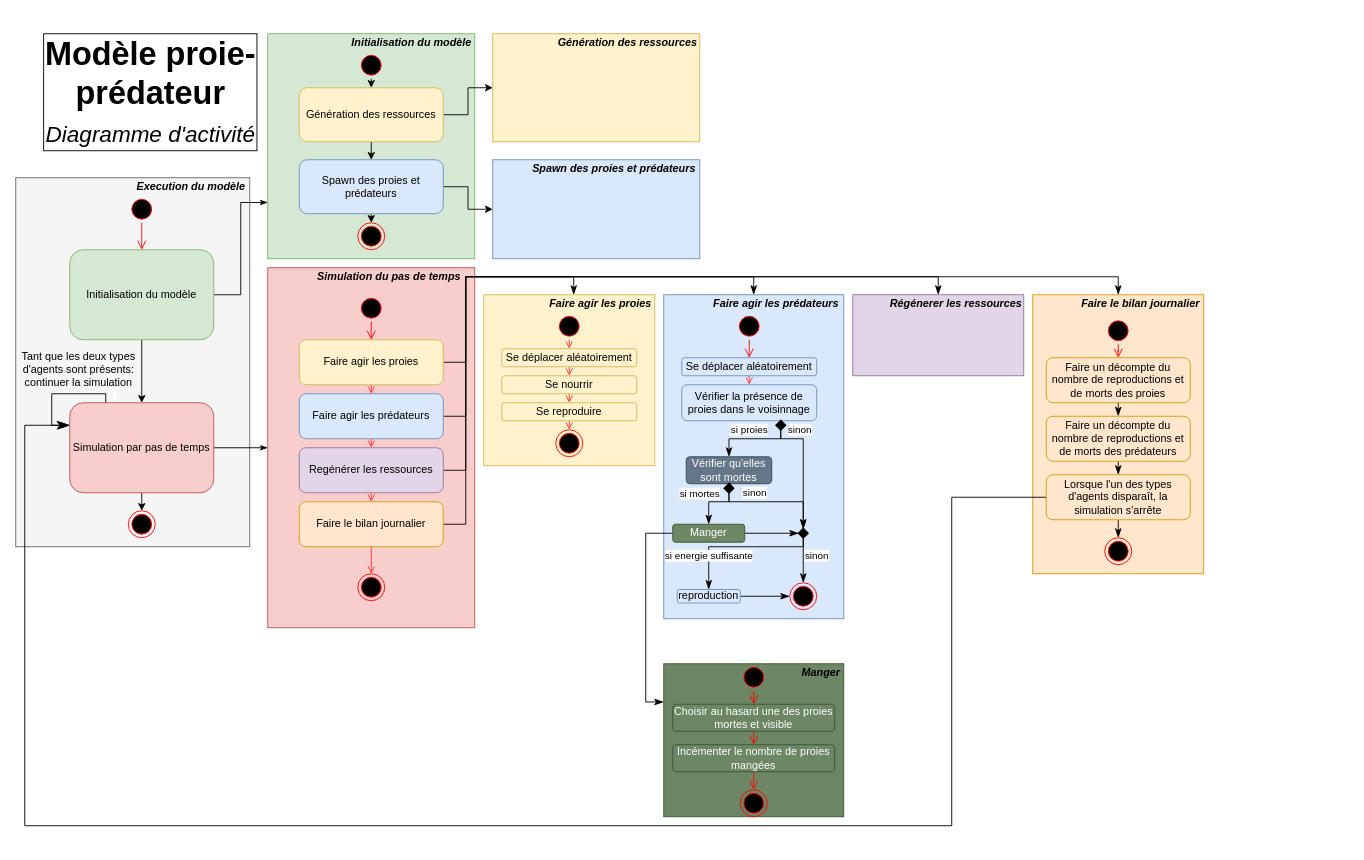
Earlier version of the draw.io diagram page "Diagramme d'activité" (2 of 3) of class_diagram.drawio (pierre-manchon/MAS_Vultures_population_modelisation). Source tidied: cells renumbered, new cells numbered last; positions are measured from the earlier drawing's top-left corner, leaving out a move shared by most shapes. Both pictures are drawn from the tidied source at 90%, with x=0, y=0 at pixel (15, 15).
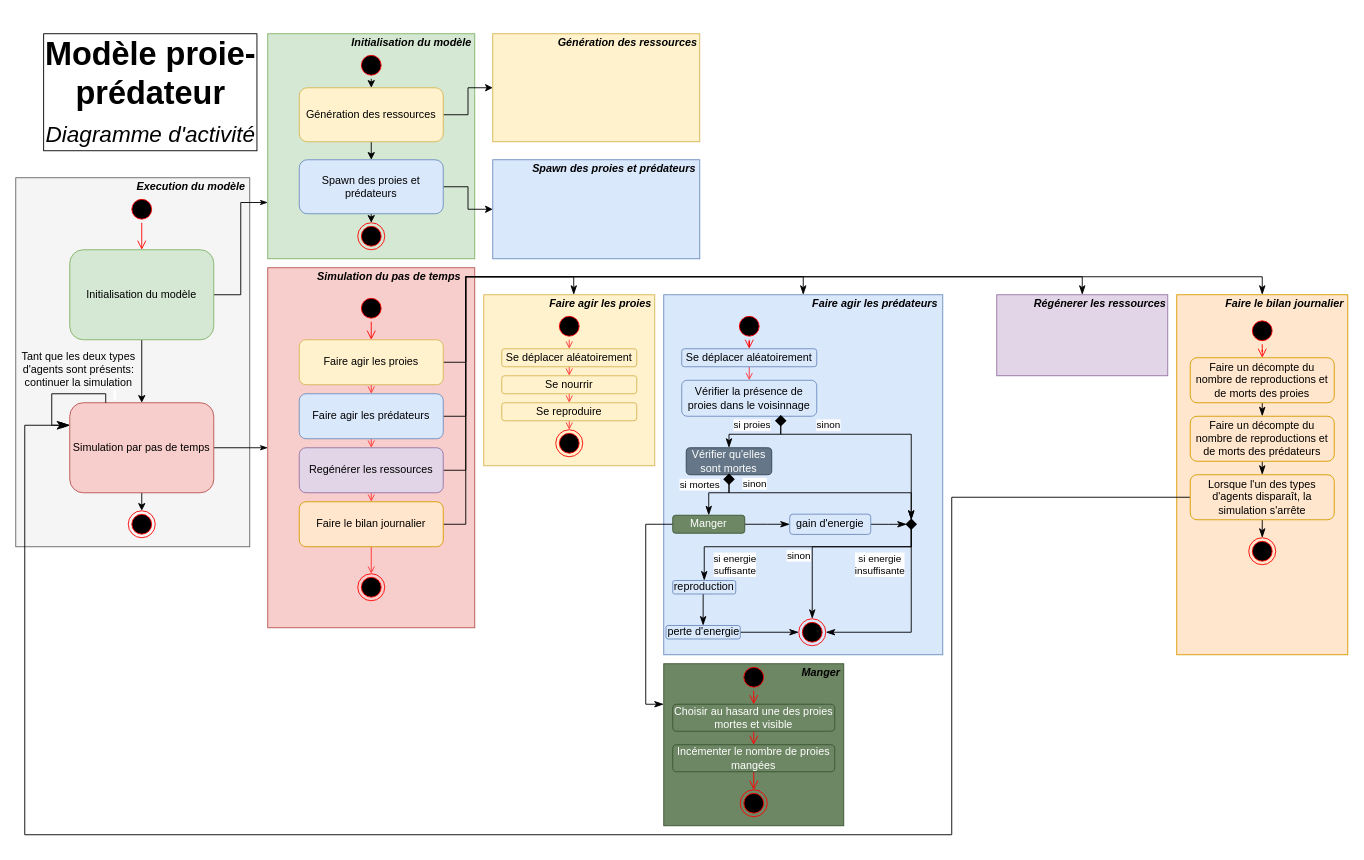
Above is the later version.

The change refers to these unchanged cells:
```xml
<mxCell id="16" value="Simulation par pas de temps" style="rounded=1;whiteSpace=wrap;html=1;fillColor=#f8cecc;strokeColor=#b85450;" parent="1" vertex="1">
  <mxGeometry x="60" y="430" width="160" height="100" as="geometry" />
</mxCell>
<mxCell id="27" value="Faire agir les prédateurs" style="rounded=1;whiteSpace=wrap;html=1;fillColor=#dae8fc;strokeColor=#6c8ebf;" parent="1" vertex="1">
  <mxGeometry x="315" y="420" width="160" height="50" as="geometry" />
</mxCell>
<mxCell id="30" value="Regénérer les ressources" style="rounded=1;whiteSpace=wrap;html=1;fillColor=#e1d5e7;strokeColor=#9673a6;" parent="1" vertex="1">
  <mxGeometry x="315" y="480" width="160" height="50" as="geometry" />
</mxCell>
<mxCell id="33" value="Faire le bilan journalier" style="rounded=1;whiteSpace=wrap;html=1;fillColor=#ffe6cc;strokeColor=#d79b00;" parent="1" vertex="1">
  <mxGeometry x="315" y="540" width="160" height="50" as="geometry" />
</mxCell>
<mxCell id="60" style="ellipse;html=1;shape=startState;fillColor=#000000;strokeColor=#ff0000;" parent="1" vertex="1">
  <mxGeometry x="800" y="330" width="30" height="30" as="geometry" />
</mxCell>
```

The edit, as a diff of the source:
```diff
@@
     <mxCell id="2" style="rounded=0;whiteSpace=wrap;html=1;fillColor=#ffe6cc;strokeColor=#d79b00;" parent="1" vertex="1">
-      <mxGeometry x="1130" y="310" width="190" height="310" as="geometry" />
+      <mxGeometry x="1290" y="310" width="190" height="400" as="geometry" />
     </mxCell>
     <mxCell id="3" style="rounded=0;whiteSpace=wrap;html=1;fillColor=#e1d5e7;strokeColor=#9673a6;" parent="1" vertex="1">
-      <mxGeometry x="930" y="310" width="190" height="90" as="geometry" />
+      <mxGeometry x="1090" y="310" width="190" height="90" as="geometry" />
     </mxCell>
     <mxCell id="4" style="rounded=0;whiteSpace=wrap;html=1;fillColor=#dae8fc;strokeColor=#6c8ebf;" parent="1" vertex="1">
-      <mxGeometry x="720" y="310" width="200" height="360" as="geometry" />
+      <mxGeometry x="720" y="310" width="310" height="400" as="geometry" />
     </mxCell>
@@
     <mxCell id="26" style="edgeStyle=orthogonalEdgeStyle;rounded=0;sketch=0;jumpSize=4;jettySize=auto;html=1;exitX=1;exitY=0.5;exitDx=0;exitDy=0;entryX=0.5;entryY=0;entryDx=0;entryDy=0;shadow=0;startArrow=none;startFill=0;startSize=14;endArrow=classicThin;endFill=1;endSize=8;strokeColor=#000000;fontSize=36;" parent="1" edge="1" source="27" target="4">
       <mxGeometry relative="1" as="geometry">
         <Array as="points">
           <mxPoint x="500" y="445" />
           <mxPoint x="500" y="290" />
-          <mxPoint x="820" y="290" />
+          <mxPoint x="875" y="290" />
         </Array>
       </mxGeometry>
     </mxCell>
@@
     <mxCell id="29" style="edgeStyle=orthogonalEdgeStyle;rounded=0;sketch=0;jumpSize=4;jettySize=auto;html=1;exitX=1;exitY=0.5;exitDx=0;exitDy=0;entryX=0.5;entryY=0;entryDx=0;entryDy=0;shadow=0;startArrow=none;startFill=0;startSize=14;endArrow=classicThin;endFill=1;endSize=8;strokeColor=#000000;fontSize=36;" parent="1" edge="1" source="30" target="3">
       <mxGeometry relative="1" as="geometry">
         <Array as="points">
           <mxPoint x="500" y="505" />
           <mxPoint x="500" y="290" />
-          <mxPoint x="1025" y="290" />
+          <mxPoint x="1185" y="290" />
         </Array>
       </mxGeometry>
     </mxCell>
@@
     <mxCell id="32" style="edgeStyle=orthogonalEdgeStyle;rounded=0;sketch=0;jumpSize=4;jettySize=auto;html=1;exitX=1;exitY=0.5;exitDx=0;exitDy=0;entryX=0.5;entryY=0;entryDx=0;entryDy=0;shadow=0;startArrow=none;startFill=0;startSize=14;endArrow=classicThin;endFill=1;endSize=8;strokeColor=#000000;fontSize=36;" parent="1" edge="1" source="33" target="2">
       <mxGeometry relative="1" as="geometry">
         <Array as="points">
           <mxPoint x="500" y="565" />
           <mxPoint x="500" y="290" />
-          <mxPoint x="1225" y="290" />
+          <mxPoint x="1385" y="290" />
         </Array>
       </mxGeometry>
     </mxCell>
@@
     <mxCell id="57" value="Faire le bilan journalier" style="text;html=1;strokeColor=none;fillColor=none;align=center;verticalAlign=middle;whiteSpace=wrap;rounded=0;fontStyle=3;" parent="1" vertex="1">
-      <mxGeometry x="1180" y="310" width="140" height="20" as="geometry" />
+      <mxGeometry x="1340" y="310" width="140" height="20" as="geometry" />
     </mxCell>
     <mxCell id="58" value="Régénerer les ressources" style="text;html=1;strokeColor=none;fillColor=none;align=center;verticalAlign=middle;whiteSpace=wrap;rounded=0;fontStyle=3;" parent="1" vertex="1">
-      <mxGeometry x="970" y="310" width="150" height="20" as="geometry" />
+      <mxGeometry x="1130" y="310" width="150" height="20" as="geometry" />
     </mxCell>
     <mxCell id="59" value="Faire agir les prédateurs" style="text;html=1;strokeColor=none;fillColor=none;align=center;verticalAlign=middle;whiteSpace=wrap;rounded=0;fontStyle=3;" parent="1" vertex="1">
-      <mxGeometry x="770" y="310" width="150" height="20" as="geometry" />
+      <mxGeometry x="880" y="310" width="150" height="20" as="geometry" />
     </mxCell>
@@
-    <mxCell id="61" style="edgeStyle=orthogonalEdgeStyle;html=1;verticalAlign=bottom;endArrow=open;endSize=8;strokeColor=#ff0000;" parent="1" edge="1" source="60">
-      <mxGeometry x="-140" y="130" as="geometry">
-        <mxPoint x="815" y="380" as="targetPoint" />
-      </mxGeometry>
+    <mxCell id="61" style="edgeStyle=orthogonalEdgeStyle;html=1;verticalAlign=bottom;endArrow=open;endSize=8;strokeColor=#ff0000;entryX=0.5;entryY=0;entryDx=0;entryDy=0;" parent="1" edge="1" source="60" target="63">
+      <mxGeometry x="-140" y="130" as="geometry" />
     </mxCell>
@@
     <mxCell id="63" value="Se déplacer aléatoirement" style="rounded=1;whiteSpace=wrap;html=1;fillColor=#dae8fc;strokeColor=#6c8ebf;" parent="1" vertex="1">
-      <mxGeometry x="740" y="380" width="150" height="20" as="geometry" />
+      <mxGeometry x="740" y="370" width="150" height="20" as="geometry" />
     </mxCell>
@@
     <mxCell id="67" value="Vérifier la présence de proies dans le voisinnage" style="rounded=1;whiteSpace=wrap;html=1;fillColor=#dae8fc;strokeColor=#6c8ebf;" parent="1" vertex="1">
-      <mxGeometry x="740" y="410" width="150" height="40" as="geometry" />
+      <mxGeometry x="740" y="405" width="150" height="40" as="geometry" />
     </mxCell>
     <mxCell id="68" style="ellipse;html=1;shape=endState;fillColor=#000000;strokeColor=#ff0000;" parent="1" vertex="1">
-      <mxGeometry x="860" y="630" width="30" height="30" as="geometry" />
+      <mxGeometry x="870" y="670" width="30" height="30" as="geometry" />
     </mxCell>
@@
     <mxCell id="70" value="sinon" style="endArrow=classicThin;html=1;endSize=8;startArrow=none;startSize=14;startFill=0;edgeStyle=orthogonalEdgeStyle;strokeColor=#000000;exitX=0.5;exitY=1;exitDx=0;exitDy=0;rounded=0;endFill=1;entryX=0.5;entryY=0;entryDx=0;entryDy=0;entryPerimeter=0;" parent="1" edge="1" target="81">
       <mxGeometry x="-0.44" y="10" relative="1" as="geometry">
-        <mxPoint x="850" y="450" as="sourcePoint" />
+        <mxPoint x="850" y="445" as="sourcePoint" />
         <Array as="points">
-          <mxPoint x="850" y="470" />
-          <mxPoint x="875" y="470" />
+          <mxPoint x="850" y="465" />
+          <mxPoint x="995" y="465" />
         </Array>
       </mxGeometry>
     </mxCell>
     <mxCell id="71" value="si proies" style="endArrow=classicThin;html=1;endSize=8;startArrow=none;startSize=14;startFill=0;edgeStyle=orthogonalEdgeStyle;strokeColor=#000000;exitX=0.5;exitY=1;exitDx=0;exitDy=0;rounded=0;entryX=0.5;entryY=0;entryDx=0;entryDy=0;sketch=0;shadow=0;endFill=1;" parent="1" edge="1" target="72">
       <mxGeometry x="0.13" y="-10" relative="1" as="geometry">
-        <mxPoint x="850" y="450" as="sourcePoint" />
+        <mxPoint x="850" y="445" as="sourcePoint" />
         <Array as="points">
-          <mxPoint x="850" y="470" />
-          <mxPoint x="793" y="470" />
-          <mxPoint x="793" y="490" />
+          <mxPoint x="850" y="465" />
+          <mxPoint x="793" y="465" />
+          <mxPoint x="793" y="480" />
         </Array>
       </mxGeometry>
     </mxCell>
     <mxCell id="72" value="Vérifier qu'elles sont mortes" style="rounded=1;whiteSpace=wrap;html=1;fillColor=#647687;strokeColor=#314354;fontColor=#ffffff;" parent="1" vertex="1">
-      <mxGeometry x="745" y="490" width="95" height="30" as="geometry" />
+      <mxGeometry x="745" y="480" width="95" height="30" as="geometry" />
     </mxCell>
-    <mxCell id="73" style="edgeStyle=orthogonalEdgeStyle;rounded=0;sketch=0;jumpSize=4;jettySize=auto;html=1;exitX=1;exitY=0.5;exitDx=0;exitDy=0;entryX=0;entryY=0.5;entryDx=0;entryDy=0;shadow=0;startArrow=none;startFill=0;startSize=14;endArrow=classicThin;endFill=1;endSize=8;strokeColor=#000000;fontSize=36;entryPerimeter=0;" parent="1" edge="1" source="75" target="81">
-      <mxGeometry relative="1" as="geometry" />
-    </mxCell>
     <mxCell id="74" style="edgeStyle=orthogonalEdgeStyle;rounded=0;sketch=0;jumpSize=4;jettySize=auto;html=1;exitX=0;exitY=0.5;exitDx=0;exitDy=0;entryX=0;entryY=0.25;entryDx=0;entryDy=0;shadow=0;startArrow=none;startFill=0;startSize=14;endArrow=classicThin;endFill=1;endSize=8;strokeColor=#000000;fontSize=36;" parent="1" edge="1" source="75" target="85">
       <mxGeometry relative="1" as="geometry">
         <Array as="points">
-          <mxPoint x="700" y="575" />
-          <mxPoint x="700" y="763" />
+          <mxPoint x="700" y="565" />
+          <mxPoint x="700" y="765" />
         </Array>
       </mxGeometry>
     </mxCell>
+    <mxCell id="105" style="edgeStyle=orthogonalEdgeStyle;rounded=0;sketch=0;jumpSize=4;jettySize=auto;html=1;exitX=1;exitY=0.5;exitDx=0;exitDy=0;entryX=0;entryY=0.5;entryDx=0;entryDy=0;shadow=0;startArrow=none;startFill=0;startSize=14;endArrow=classicThin;endFill=1;endSize=8;strokeColor=#000000;fontSize=12;" parent="1" edge="1" source="75" target="110">
+      <mxGeometry relative="1" as="geometry" />
+    </mxCell>
     <mxCell id="75" value="Manger" style="rounded=1;whiteSpace=wrap;html=1;fillColor=#6d8764;strokeColor=#3A5431;fontColor=#ffffff;" parent="1" vertex="1">
-      <mxGeometry x="730" y="565" width="80" height="20" as="geometry" />
+      <mxGeometry x="730" y="555" width="80" height="20" as="geometry" />
     </mxCell>
     <mxCell id="76" value="si mortes" style="endArrow=classicThin;html=1;endSize=8;startArrow=none;startSize=14;startFill=0;edgeStyle=orthogonalEdgeStyle;strokeColor=#000000;rounded=0;sketch=0;shadow=0;endFill=1;exitX=0.5;exitY=1;exitDx=0;exitDy=0;entryX=0.5;entryY=0;entryDx=0;entryDy=0;" parent="1" edge="1" source="72" target="75">
       <mxGeometry x="0.26" y="-14" relative="1" as="geometry">
         <Array as="points">
-          <mxPoint x="792" y="540" />
-          <mxPoint x="770" y="540" />
+          <mxPoint x="793" y="530" />
+          <mxPoint x="770" y="530" />
         </Array>
         <mxPoint x="4" y="-10" as="offset" />
       </mxGeometry>
     </mxCell>
     <mxCell id="77" value="sinon" style="endArrow=classicThin;html=1;endSize=8;startArrow=none;startSize=14;startFill=0;edgeStyle=orthogonalEdgeStyle;strokeColor=#000000;exitX=0.5;exitY=1;exitDx=0;exitDy=0;rounded=0;endFill=1;entryX=0.5;entryY=0;entryDx=0;entryDy=0;entryPerimeter=0;" parent="1" edge="1" source="72" target="81">
-      <mxGeometry x="-0.28" y="10" relative="1" as="geometry">
+      <mxGeometry x="-0.62" y="10" relative="1" as="geometry">
         <Array as="points">
-          <mxPoint x="793" y="540" />
-          <mxPoint x="875" y="540" />
+          <mxPoint x="793" y="530" />
+          <mxPoint x="995" y="530" />
         </Array>
       </mxGeometry>
     </mxCell>
     <mxCell id="78" style="strokeWidth=2;html=1;shape=mxgraph.flowchart.decision;whiteSpace=wrap;labelBackgroundColor=none;fontSize=36;fillColor=#000000;" parent="1" vertex="1">
-      <mxGeometry x="787.5" y="520" width="10" height="10" as="geometry" />
+      <mxGeometry x="787.5" y="510" width="10" height="10" as="geometry" />
     </mxCell>
     <mxCell id="79" style="strokeWidth=2;html=1;shape=mxgraph.flowchart.decision;whiteSpace=wrap;labelBackgroundColor=none;fontSize=36;fillColor=#000000;" parent="1" vertex="1">
-      <mxGeometry x="845" y="450" width="10" height="10" as="geometry" />
+      <mxGeometry x="845" y="445" width="10" height="10" as="geometry" />
     </mxCell>
     <mxCell id="80" value="sinon" style="endArrow=classicThin;html=1;endSize=8;startArrow=none;startSize=14;startFill=0;edgeStyle=orthogonalEdgeStyle;strokeColor=#000000;rounded=0;sketch=0;shadow=0;endFill=1;exitX=0.5;exitY=1;exitDx=0;exitDy=0;exitPerimeter=0;entryX=0.5;entryY=0;entryDx=0;entryDy=0;" parent="1" edge="1" source="81" target="68">
-      <mxGeometry x="-0.2" y="15" relative="1" as="geometry" />
+      <mxGeometry x="0.33" y="-15" relative="1" as="geometry">
+        <Array as="points">
+          <mxPoint x="995" y="590" />
+          <mxPoint x="885" y="590" />
+        </Array>
+      </mxGeometry>
     </mxCell>
     <mxCell id="81" style="strokeWidth=2;html=1;shape=mxgraph.flowchart.decision;whiteSpace=wrap;labelBackgroundColor=none;fontSize=36;fillColor=#000000;" parent="1" vertex="1">
-      <mxGeometry x="870" y="570" width="10" height="10" as="geometry" />
+      <mxGeometry x="990" y="560" width="10" height="10" as="geometry" />
     </mxCell>
-    <mxCell id="82" style="edgeStyle=orthogonalEdgeStyle;rounded=0;sketch=0;jumpSize=4;jettySize=auto;html=1;exitX=1;exitY=0.5;exitDx=0;exitDy=0;entryX=0;entryY=0.5;entryDx=0;entryDy=0;shadow=0;startArrow=none;startFill=0;startSize=14;endArrow=classicThin;endFill=1;endSize=8;strokeColor=#000000;fontSize=36;" parent="1" edge="1" source="83" target="68">
-      <mxGeometry relative="1" as="geometry" />
-    </mxCell>
-    <mxCell id="83" value="reproduction" style="rounded=1;whiteSpace=wrap;html=1;fillColor=#dae8fc;strokeColor=#6c8ebf;" parent="1" vertex="1">
-      <mxGeometry x="735" y="637.5" width="70" height="15" as="geometry" />
-    </mxCell>
-    <mxCell id="84" value="si energie suffisante" style="endArrow=classicThin;html=1;endSize=8;startArrow=none;startSize=14;startFill=0;edgeStyle=orthogonalEdgeStyle;strokeColor=#000000;rounded=0;sketch=0;shadow=0;endFill=1;exitX=0.5;exitY=1;exitDx=0;exitDy=0;exitPerimeter=0;entryX=0.5;entryY=0;entryDx=0;entryDy=0;" parent="1" edge="1" source="81" target="83">
-      <mxGeometry x="0.54" relative="1" as="geometry">
+    <mxCell id="84" value="si energie&lt;br&gt;suffisante" style="endArrow=classicThin;html=1;endSize=8;startArrow=none;startSize=14;startFill=0;edgeStyle=orthogonalEdgeStyle;strokeColor=#000000;rounded=0;sketch=0;shadow=0;endFill=1;exitX=0.5;exitY=1;exitDx=0;exitDy=0;exitPerimeter=0;entryX=0.5;entryY=0;entryDx=0;entryDy=0;" parent="1" edge="1" source="81" target="83">
+      <mxGeometry x="0.5" y="20" relative="1" as="geometry">
         <Array as="points">
-          <mxPoint x="875" y="590" />
-          <mxPoint x="770" y="590" />
-          <mxPoint x="770" y="638" />
+          <mxPoint x="995" y="590" />
+          <mxPoint x="765" y="590" />
         </Array>
       </mxGeometry>
     </mxCell>
     <mxCell id="85" style="rounded=0;whiteSpace=wrap;html=1;fillColor=#6d8764;strokeColor=#3A5431;fontColor=#ffffff;" parent="1" vertex="1">
-      <mxGeometry x="720" y="720" width="200" height="170" as="geometry" />
+      <mxGeometry x="720" y="720" width="200" height="180" as="geometry" />
     </mxCell>
@@
     <mxCell id="95" value="Faire un décompte du nombre de reproductions et de morts des proies" style="rounded=1;whiteSpace=wrap;html=1;fillColor=#ffe6cc;strokeColor=#d79b00;" parent="1" vertex="1">
-      <mxGeometry x="1145" y="380" width="160" height="50" as="geometry" />
+      <mxGeometry x="1305" y="380" width="160" height="50" as="geometry" />
     </mxCell>
@@
     <mxCell id="97" value="Faire un décompte du nombre de reproductions et de morts des prédateurs" style="rounded=1;whiteSpace=wrap;html=1;fillColor=#ffe6cc;strokeColor=#d79b00;" parent="1" vertex="1">
-      <mxGeometry x="1145" y="445" width="160" height="50" as="geometry" />
+      <mxGeometry x="1305" y="445" width="160" height="50" as="geometry" />
     </mxCell>
     <mxCell id="98" style="ellipse;html=1;shape=startState;fillColor=#000000;strokeColor=#ff0000;labelBackgroundColor=none;fontSize=36;" parent="1" vertex="1">
-      <mxGeometry x="1210" y="335" width="30" height="30" as="geometry" />
+      <mxGeometry x="1370" y="335" width="30" height="30" as="geometry" />
     </mxCell>
@@
     <mxCell id="100" style="ellipse;html=1;shape=endState;fillColor=#000000;strokeColor=#ff0000;labelBackgroundColor=none;fontSize=36;" parent="1" vertex="1">
-      <mxGeometry x="1210" y="580" width="30" height="30" as="geometry" />
+      <mxGeometry x="1370" y="580" width="30" height="30" as="geometry" />
     </mxCell>
@@
     <mxCell id="102" style="edgeStyle=orthogonalEdgeStyle;rounded=0;sketch=0;jumpSize=4;jettySize=auto;html=1;exitX=0;exitY=0.5;exitDx=0;exitDy=0;entryX=0;entryY=0.25;entryDx=0;entryDy=0;shadow=0;startArrow=none;startFill=0;startSize=14;endArrow=classicThin;endFill=1;endSize=8;strokeColor=#000000;fontSize=12;" parent="1" edge="1" source="103" target="16">
       <mxGeometry relative="1" as="geometry">
         <Array as="points">
           <mxPoint x="1040" y="535" />
-          <mxPoint x="1040" y="900" />
-          <mxPoint x="10" y="900" />
+          <mxPoint x="1040" y="910" />
+          <mxPoint x="10" y="910" />
           <mxPoint x="10" y="455" />
         </Array>
       </mxGeometry>
     </mxCell>
     <mxCell id="103" value="Lorsque l'un des types d'agents disparaît, la simulation s'arrête" style="rounded=1;whiteSpace=wrap;html=1;fillColor=#ffe6cc;strokeColor=#d79b00;" parent="1" vertex="1">
-      <mxGeometry x="1145" y="510" width="160" height="50" as="geometry" />
+      <mxGeometry x="1305" y="510" width="160" height="50" as="geometry" />
     </mxCell>
@@
+    <mxCell id="106" style="edgeStyle=orthogonalEdgeStyle;rounded=0;sketch=0;jumpSize=4;jettySize=auto;html=1;exitX=0.5;exitY=1;exitDx=0;exitDy=0;entryX=0.5;entryY=0;entryDx=0;entryDy=0;shadow=0;startArrow=none;startFill=0;startSize=14;endArrow=classicThin;endFill=1;endSize=8;strokeColor=#000000;fontSize=12;" parent="1" edge="1" source="83" target="108">
+      <mxGeometry relative="1" as="geometry" />
+    </mxCell>
+    <mxCell id="83" value="reproduction" style="rounded=1;whiteSpace=wrap;html=1;fillColor=#dae8fc;strokeColor=#6c8ebf;" parent="1" vertex="1">
+      <mxGeometry x="730" y="627.5" width="70" height="15" as="geometry" />
+    </mxCell>
+    <mxCell id="107" style="edgeStyle=orthogonalEdgeStyle;rounded=0;sketch=0;jumpSize=4;jettySize=auto;html=1;exitX=1;exitY=0.5;exitDx=0;exitDy=0;entryX=0;entryY=0.5;entryDx=0;entryDy=0;shadow=0;startArrow=none;startFill=0;startSize=14;endArrow=classicThin;endFill=1;endSize=8;strokeColor=#000000;fontSize=12;" parent="1" edge="1" source="108" target="68">
+      <mxGeometry relative="1" as="geometry" />
+    </mxCell>
+    <mxCell id="108" value="perte d'energie" style="rounded=1;whiteSpace=wrap;html=1;fillColor=#dae8fc;strokeColor=#6c8ebf;" parent="1" vertex="1">
+      <mxGeometry x="722.5" y="677.5" width="82.5" height="15" as="geometry" />
+    </mxCell>
+    <mxCell id="109" style="edgeStyle=orthogonalEdgeStyle;rounded=0;sketch=0;jumpSize=4;jettySize=auto;html=1;exitX=1;exitY=0.5;exitDx=0;exitDy=0;entryX=0;entryY=0.5;entryDx=0;entryDy=0;entryPerimeter=0;shadow=0;startArrow=none;startFill=0;startSize=14;endArrow=classicThin;endFill=1;endSize=8;strokeColor=#000000;fontSize=12;" parent="1" edge="1" source="110" target="81">
+      <mxGeometry relative="1" as="geometry" />
+    </mxCell>
+    <mxCell id="110" value="gain d'energie" style="rounded=1;whiteSpace=wrap;html=1;fillColor=#dae8fc;strokeColor=#6c8ebf;" parent="1" vertex="1">
+      <mxGeometry x="860" y="553.8" width="90" height="22.5" as="geometry" />
+    </mxCell>
+    <mxCell id="111" value="si energie&lt;br&gt;insuffisante" style="endArrow=classicThin;html=1;endSize=8;startArrow=none;startSize=14;startFill=0;edgeStyle=orthogonalEdgeStyle;strokeColor=#000000;rounded=0;sketch=0;shadow=0;endFill=1;exitX=0.5;exitY=1;exitDx=0;exitDy=0;exitPerimeter=0;entryX=1;entryY=0.5;entryDx=0;entryDy=0;" parent="1" edge="1" source="81" target="68">
+      <mxGeometry x="-0.62" y="-35" relative="1" as="geometry">
+        <Array as="points">
+          <mxPoint x="995" y="685" />
+        </Array>
+      </mxGeometry>
+    </mxCell>
```
